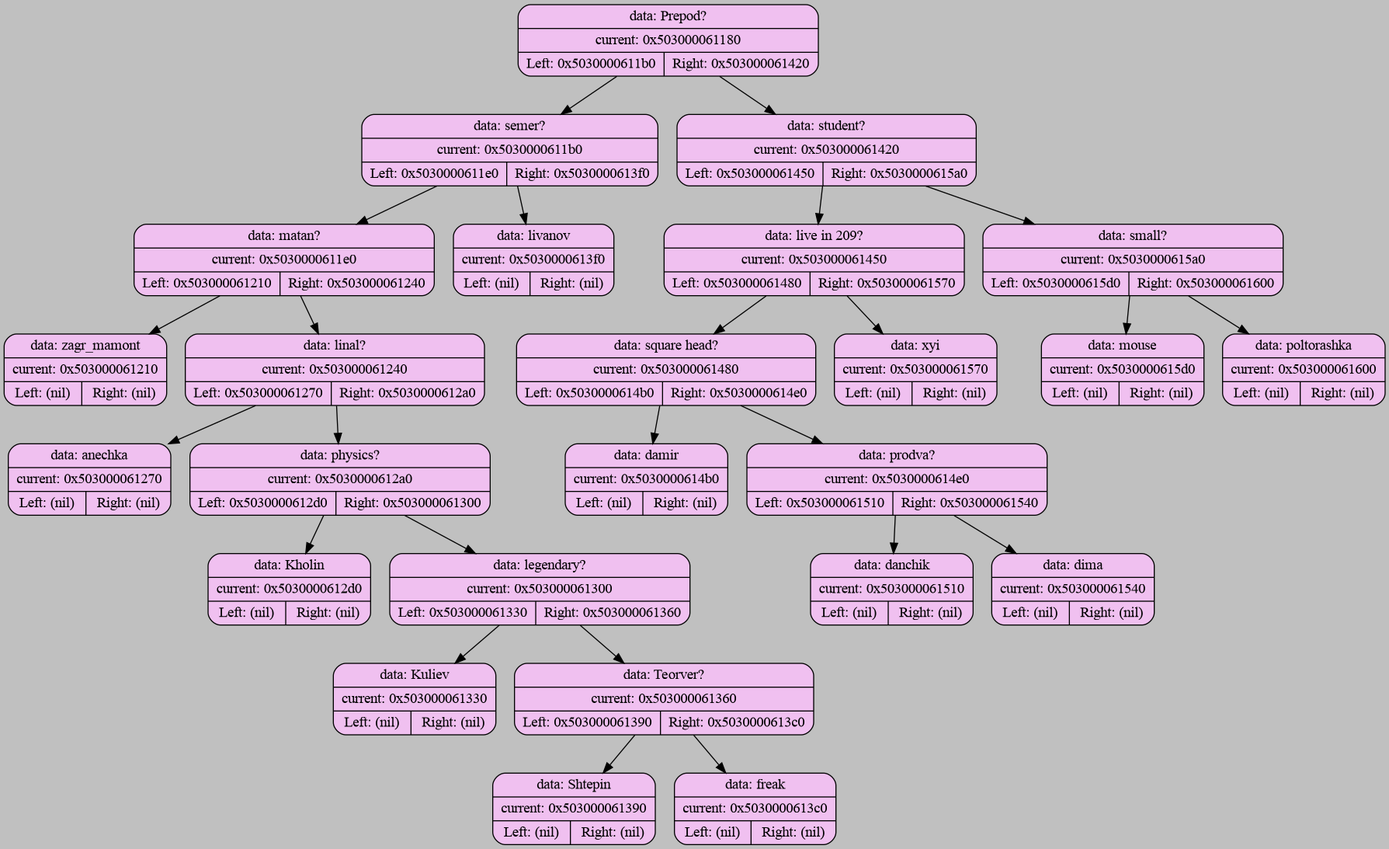
Above: graph_dump/graph_1.png in Atlaxsyys/akinator (Graphviz), before the change. Its source is kept beside it as graph_dump/graph_1.dot. The source it was exported from:
```dot
digraph BinaryTree {
    bgcolor="#C0C0C0";

    node [shape=record];
    "0x503000061180" [shape=Mrecord, style=filled; fillcolor="#F0C0F0"; label="{data: Prepod? | current: 0x503000061180 | { Left: 0x5030000611b0 | Right: 0x503000061420 } }"];
    "0x503000061180" -> "0x5030000611b0";
    "0x5030000611b0" [shape=Mrecord, style=filled; fillcolor="#F0C0F0"; label="{data: semer? | current: 0x5030000611b0 | { Left: 0x5030000611e0 | Right: 0x5030000613f0 } }"];
    "0x5030000611b0" -> "0x5030000611e0";
    "0x5030000611e0" [shape=Mrecord, style=filled; fillcolor="#F0C0F0"; label="{data: matan? | current: 0x5030000611e0 | { Left: 0x503000061210 | Right: 0x503000061240 } }"];
    "0x5030000611e0" -> "0x503000061210";
    "0x503000061210" [shape=Mrecord, style=filled; fillcolor="#F0C0F0"; label="{data: zagr_mamont | current: 0x503000061210 | { Left: (nil) | Right: (nil) } }"];
    "0x5030000611e0" -> "0x503000061240";
    "0x503000061240" [shape=Mrecord, style=filled; fillcolor="#F0C0F0"; label="{data: linal? | current: 0x503000061240 | { Left: 0x503000061270 | Right: 0x5030000612a0 } }"];
    "0x503000061240" -> "0x503000061270";
    "0x503000061270" [shape=Mrecord, style=filled; fillcolor="#F0C0F0"; label="{data: anechka | current: 0x503000061270 | { Left: (nil) | Right: (nil) } }"];
    "0x503000061240" -> "0x5030000612a0";
    "0x5030000612a0" [shape=Mrecord, style=filled; fillcolor="#F0C0F0"; label="{data: physics? | current: 0x5030000612a0 | { Left: 0x5030000612d0 | Right: 0x503000061300 } }"];
    "0x5030000612a0" -> "0x5030000612d0";
    "0x5030000612d0" [shape=Mrecord, style=filled; fillcolor="#F0C0F0"; label="{data: Kholin | current: 0x5030000612d0 | { Left: (nil) | Right: (nil) } }"];
    "0x5030000612a0" -> "0x503000061300";
    "0x503000061300" [shape=Mrecord, style=filled; fillcolor="#F0C0F0"; label="{data: legendary? | current: 0x503000061300 | { Left: 0x503000061330 | Right: 0x503000061360 } }"];
    "0x503000061300" -> "0x503000061330";
    "0x503000061330" [shape=Mrecord, style=filled; fillcolor="#F0C0F0"; label="{data: Kuliev | current: 0x503000061330 | { Left: (nil) | Right: (nil) } }"];
    "0x503000061300" -> "0x503000061360";
    "0x503000061360" [shape=Mrecord, style=filled; fillcolor="#F0C0F0"; label="{data: Teorver? | current: 0x503000061360 | { Left: 0x503000061390 | Right: 0x5030000613c0 } }"];
    "0x503000061360" -> "0x503000061390";
    "0x503000061390" [shape=Mrecord, style=filled; fillcolor="#F0C0F0"; label="{data: Shtepin | current: 0x503000061390 | { Left: (nil) | Right: (nil) } }"];
    "0x503000061360" -> "0x5030000613c0";
    "0x5030000613c0" [shape=Mrecord, style=filled; fillcolor="#F0C0F0"; label="{data: freak | current: 0x5030000613c0 | { Left: (nil) | Right: (nil) } }"];
    "0x5030000611b0" -> "0x5030000613f0";
    "0x5030000613f0" [shape=Mrecord, style=filled; fillcolor="#F0C0F0"; label="{data: livanov | current: 0x5030000613f0 | { Left: (nil) | Right: (nil) } }"];
    "0x503000061180" -> "0x503000061420";
    "0x503000061420" [shape=Mrecord, style=filled; fillcolor="#F0C0F0"; label="{data: student? | current: 0x503000061420 | { Left: 0x503000061450 | Right: 0x5030000615a0 } }"];
    "0x503000061420" -> "0x503000061450";
    "0x503000061450" [shape=Mrecord, style=filled; fillcolor="#F0C0F0"; label="{data: live in 209? | current: 0x503000061450 | { Left: 0x503000061480 | Right: 0x503000061570 } }"];
    "0x503000061450" -> "0x503000061480";
    "0x503000061480" [shape=Mrecord, style=filled; fillcolor="#F0C0F0"; label="{data: square head? | current: 0x503000061480 | { Left: 0x5030000614b0 | Right: 0x5030000614e0 } }"];
    "0x503000061480" -> "0x5030000614b0";
    "0x5030000614b0" [shape=Mrecord, style=filled; fillcolor="#F0C0F0"; label="{data: damir | current: 0x5030000614b0 | { Left: (nil) | Right: (nil) } }"];
    "0x503000061480" -> "0x5030000614e0";
    "0x5030000614e0" [shape=Mrecord, style=filled; fillcolor="#F0C0F0"; label="{data: prodva? | current: 0x5030000614e0 | { Left: 0x503000061510 | Right: 0x503000061540 } }"];
    "0x5030000614e0" -> "0x503000061510";
    "0x503000061510" [shape=Mrecord, style=filled; fillcolor="#F0C0F0"; label="{data: danchik | current: 0x503000061510 | { Left: (nil) | Right: (nil) } }"];
    "0x5030000614e0" -> "0x503000061540";
    "0x503000061540" [shape=Mrecord, style=filled; fillcolor="#F0C0F0"; label="{data: dima | current: 0x503000061540 | { Left: (nil) | Right: (nil) } }"];
    "0x503000061450" -> "0x503000061570";
    "0x503000061570" [shape=Mrecord, style=filled; fillcolor="#F0C0F0"; label="{data: xyi | current: 0x503000061570 | { Left: (nil) | Right: (nil) } }"];
    "0x503000061420" -> "0x5030000615a0";
    "0x5030000615a0" [shape=Mrecord, style=filled; fillcolor="#F0C0F0"; label="{data: small? | current: 0x5030000615a0 | { Left: 0x5030000615d0 | Right: 0x503000061600 } }"];
    "0x5030000615a0" -> "0x5030000615d0";
    "0x5030000615d0" [shape=Mrecord, style=filled; fillcolor="#F0C0F0"; label="{data: mouse | current: 0x5030000615d0 | { Left: (nil) | Right: (nil) } }"];
    "0x5030000615a0" -> "0x503000061600";
    "0x503000061600" [shape=Mrecord, style=filled; fillcolor="#F0C0F0"; label="{data: poltorashka | current: 0x503000061600 | { Left: (nil) | Right: (nil) } }"];
}
```
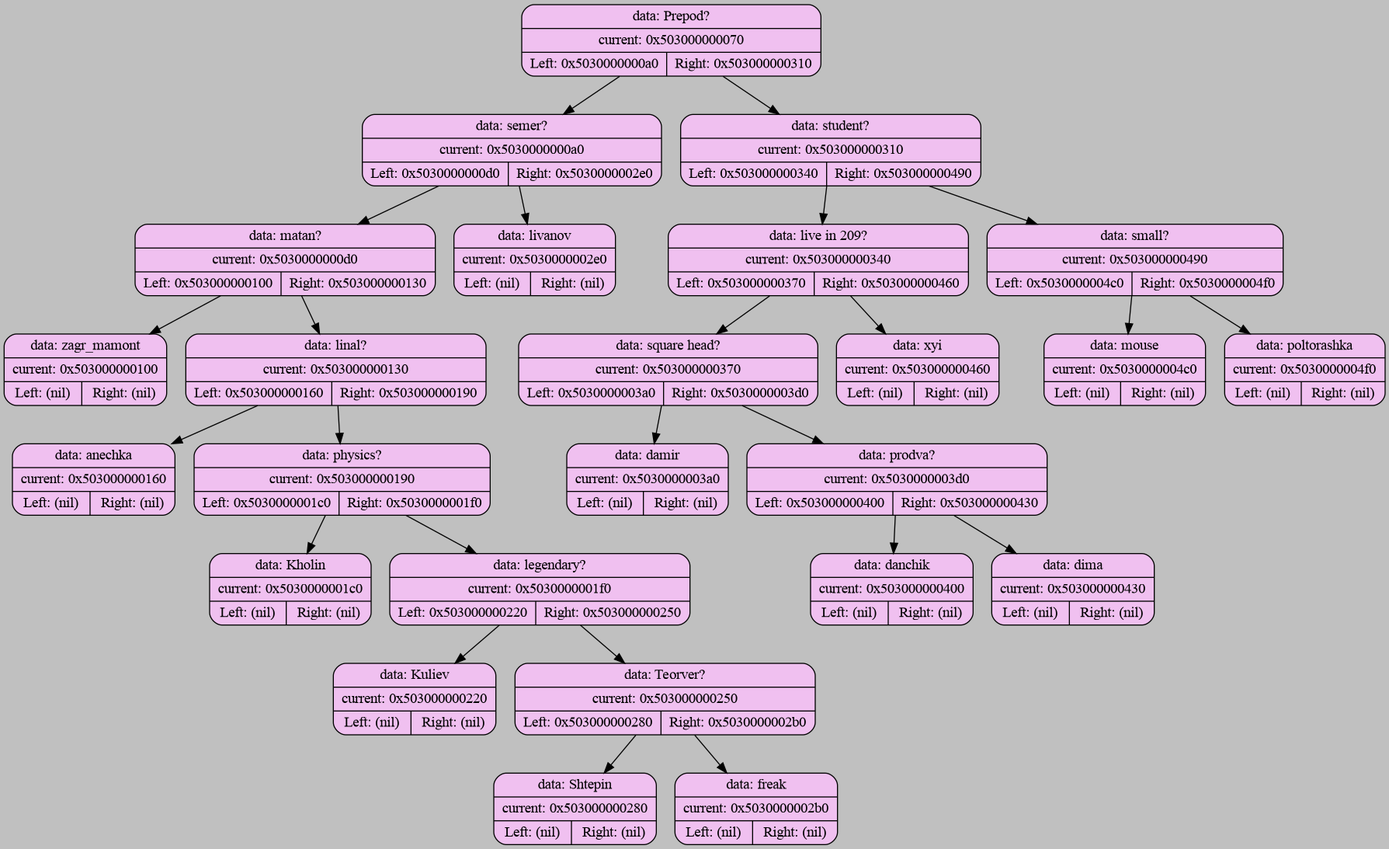
After the change.

The edit, as a diff of the source:
```diff
@@ -2,53 +2,53 @@
     bgcolor="#C0C0C0";
 
     node [shape=record];
-    "0x503000061180" [shape=Mrecord, style=filled; fillcolor="#F0C0F0"; label="{data: Prepod? | current: 0x503000061180 | { Left: 0x5030000611b0 | Right: 0x503000061420 } }"];
-    "0x503000061180" -> "0x5030000611b0";
-    "0x5030000611b0" [shape=Mrecord, style=filled; fillcolor="#F0C0F0"; label="{data: semer? | current: 0x5030000611b0 | { Left: 0x5030000611e0 | Right: 0x5030000613f0 } }"];
-    "0x5030000611b0" -> "0x5030000611e0";
-    "0x5030000611e0" [shape=Mrecord, style=filled; fillcolor="#F0C0F0"; label="{data: matan? | current: 0x5030000611e0 | { Left: 0x503000061210 | Right: 0x503000061240 } }"];
-    "0x5030000611e0" -> "0x503000061210";
-    "0x503000061210" [shape=Mrecord, style=filled; fillcolor="#F0C0F0"; label="{data: zagr_mamont | current: 0x503000061210 | { Left: (nil) | Right: (nil) } }"];
-    "0x5030000611e0" -> "0x503000061240";
-    "0x503000061240" [shape=Mrecord, style=filled; fillcolor="#F0C0F0"; label="{data: linal? | current: 0x503000061240 | { Left: 0x503000061270 | Right: 0x5030000612a0 } }"];
-    "0x503000061240" -> "0x503000061270";
-    "0x503000061270" [shape=Mrecord, style=filled; fillcolor="#F0C0F0"; label="{data: anechka | current: 0x503000061270 | { Left: (nil) | Right: (nil) } }"];
-    "0x503000061240" -> "0x5030000612a0";
-    "0x5030000612a0" [shape=Mrecord, style=filled; fillcolor="#F0C0F0"; label="{data: physics? | current: 0x5030000612a0 | { Left: 0x5030000612d0 | Right: 0x503000061300 } }"];
-    "0x5030000612a0" -> "0x5030000612d0";
-    "0x5030000612d0" [shape=Mrecord, style=filled; fillcolor="#F0C0F0"; label="{data: Kholin | current: 0x5030000612d0 | { Left: (nil) | Right: (nil) } }"];
-    "0x5030000612a0" -> "0x503000061300";
-    "0x503000061300" [shape=Mrecord, style=filled; fillcolor="#F0C0F0"; label="{data: legendary? | current: 0x503000061300 | { Left: 0x503000061330 | Right: 0x503000061360 } }"];
-    "0x503000061300" -> "0x503000061330";
-    "0x503000061330" [shape=Mrecord, style=filled; fillcolor="#F0C0F0"; label="{data: Kuliev | current: 0x503000061330 | { Left: (nil) | Right: (nil) } }"];
-    "0x503000061300" -> "0x503000061360";
-    "0x503000061360" [shape=Mrecord, style=filled; fillcolor="#F0C0F0"; label="{data: Teorver? | current: 0x503000061360 | { Left: 0x503000061390 | Right: 0x5030000613c0 } }"];
-    "0x503000061360" -> "0x503000061390";
-    "0x503000061390" [shape=Mrecord, style=filled; fillcolor="#F0C0F0"; label="{data: Shtepin | current: 0x503000061390 | { Left: (nil) | Right: (nil) } }"];
-    "0x503000061360" -> "0x5030000613c0";
-    "0x5030000613c0" [shape=Mrecord, style=filled; fillcolor="#F0C0F0"; label="{data: freak | current: 0x5030000613c0 | { Left: (nil) | Right: (nil) } }"];
-    "0x5030000611b0" -> "0x5030000613f0";
-    "0x5030000613f0" [shape=Mrecord, style=filled; fillcolor="#F0C0F0"; label="{data: livanov | current: 0x5030000613f0 | { Left: (nil) | Right: (nil) } }"];
-    "0x503000061180" -> "0x503000061420";
-    "0x503000061420" [shape=Mrecord, style=filled; fillcolor="#F0C0F0"; label="{data: student? | current: 0x503000061420 | { Left: 0x503000061450 | Right: 0x5030000615a0 } }"];
-    "0x503000061420" -> "0x503000061450";
-    "0x503000061450" [shape=Mrecord, style=filled; fillcolor="#F0C0F0"; label="{data: live in 209? | current: 0x503000061450 | { Left: 0x503000061480 | Right: 0x503000061570 } }"];
-    "0x503000061450" -> "0x503000061480";
-    "0x503000061480" [shape=Mrecord, style=filled; fillcolor="#F0C0F0"; label="{data: square head? | current: 0x503000061480 | { Left: 0x5030000614b0 | Right: 0x5030000614e0 } }"];
-    "0x503000061480" -> "0x5030000614b0";
-    "0x5030000614b0" [shape=Mrecord, style=filled; fillcolor="#F0C0F0"; label="{data: damir | current: 0x5030000614b0 | { Left: (nil) | Right: (nil) } }"];
-    "0x503000061480" -> "0x5030000614e0";
-    "0x5030000614e0" [shape=Mrecord, style=filled; fillcolor="#F0C0F0"; label="{data: prodva? | current: 0x5030000614e0 | { Left: 0x503000061510 | Right: 0x503000061540 } }"];
-    "0x5030000614e0" -> "0x503000061510";
-    "0x503000061510" [shape=Mrecord, style=filled; fillcolor="#F0C0F0"; label="{data: danchik | current: 0x503000061510 | { Left: (nil) | Right: (nil) } }"];
-    "0x5030000614e0" -> "0x503000061540";
-    "0x503000061540" [shape=Mrecord, style=filled; fillcolor="#F0C0F0"; label="{data: dima | current: 0x503000061540 | { Left: (nil) | Right: (nil) } }"];
-    "0x503000061450" -> "0x503000061570";
-    "0x503000061570" [shape=Mrecord, style=filled; fillcolor="#F0C0F0"; label="{data: xyi | current: 0x503000061570 | { Left: (nil) | Right: (nil) } }"];
-    "0x503000061420" -> "0x5030000615a0";
-    "0x5030000615a0" [shape=Mrecord, style=filled; fillcolor="#F0C0F0"; label="{data: small? | current: 0x5030000615a0 | { Left: 0x5030000615d0 | Right: 0x503000061600 } }"];
-    "0x5030000615a0" -> "0x5030000615d0";
-    "0x5030000615d0" [shape=Mrecord, style=filled; fillcolor="#F0C0F0"; label="{data: mouse | current: 0x5030000615d0 | { Left: (nil) | Right: (nil) } }"];
-    "0x5030000615a0" -> "0x503000061600";
-    "0x503000061600" [shape=Mrecord, style=filled; fillcolor="#F0C0F0"; label="{data: poltorashka | current: 0x503000061600 | { Left: (nil) | Right: (nil) } }"];
+    "0x503000000070" [shape=Mrecord, style=filled; fillcolor="#F0C0F0"; label="{data: Prepod? | current: 0x503000000070 | { Left: 0x5030000000a0 | Right: 0x503000000310 } }"];
+    "0x503000000070" -> "0x5030000000a0";
+    "0x5030000000a0" [shape=Mrecord, style=filled; fillcolor="#F0C0F0"; label="{data: semer? | current: 0x5030000000a0 | { Left: 0x5030000000d0 | Right: 0x5030000002e0 } }"];
+    "0x5030000000a0" -> "0x5030000000d0";
+    "0x5030000000d0" [shape=Mrecord, style=filled; fillcolor="#F0C0F0"; label="{data: matan? | current: 0x5030000000d0 | { Left: 0x503000000100 | Right: 0x503000000130 } }"];
+    "0x5030000000d0" -> "0x503000000100";
+    "0x503000000100" [shape=Mrecord, style=filled; fillcolor="#F0C0F0"; label="{data: zagr_mamont | current: 0x503000000100 | { Left: (nil) | Right: (nil) } }"];
+    "0x5030000000d0" -> "0x503000000130";
+    "0x503000000130" [shape=Mrecord, style=filled; fillcolor="#F0C0F0"; label="{data: linal? | current: 0x503000000130 | { Left: 0x503000000160 | Right: 0x503000000190 } }"];
+    "0x503000000130" -> "0x503000000160";
+    "0x503000000160" [shape=Mrecord, style=filled; fillcolor="#F0C0F0"; label="{data: anechka | current: 0x503000000160 | { Left: (nil) | Right: (nil) } }"];
+    "0x503000000130" -> "0x503000000190";
+    "0x503000000190" [shape=Mrecord, style=filled; fillcolor="#F0C0F0"; label="{data: physics? | current: 0x503000000190 | { Left: 0x5030000001c0 | Right: 0x5030000001f0 } }"];
+    "0x503000000190" -> "0x5030000001c0";
+    "0x5030000001c0" [shape=Mrecord, style=filled; fillcolor="#F0C0F0"; label="{data: Kholin | current: 0x5030000001c0 | { Left: (nil) | Right: (nil) } }"];
+    "0x503000000190" -> "0x5030000001f0";
+    "0x5030000001f0" [shape=Mrecord, style=filled; fillcolor="#F0C0F0"; label="{data: legendary? | current: 0x5030000001f0 | { Left: 0x503000000220 | Right: 0x503000000250 } }"];
+    "0x5030000001f0" -> "0x503000000220";
+    "0x503000000220" [shape=Mrecord, style=filled; fillcolor="#F0C0F0"; label="{data: Kuliev | current: 0x503000000220 | { Left: (nil) | Right: (nil) } }"];
+    "0x5030000001f0" -> "0x503000000250";
+    "0x503000000250" [shape=Mrecord, style=filled; fillcolor="#F0C0F0"; label="{data: Teorver? | current: 0x503000000250 | { Left: 0x503000000280 | Right: 0x5030000002b0 } }"];
+    "0x503000000250" -> "0x503000000280";
+    "0x503000000280" [shape=Mrecord, style=filled; fillcolor="#F0C0F0"; label="{data: Shtepin | current: 0x503000000280 | { Left: (nil) | Right: (nil) } }"];
+    "0x503000000250" -> "0x5030000002b0";
+    "0x5030000002b0" [shape=Mrecord, style=filled; fillcolor="#F0C0F0"; label="{data: freak | current: 0x5030000002b0 | { Left: (nil) | Right: (nil) } }"];
+    "0x5030000000a0" -> "0x5030000002e0";
+    "0x5030000002e0" [shape=Mrecord, style=filled; fillcolor="#F0C0F0"; label="{data: livanov | current: 0x5030000002e0 | { Left: (nil) | Right: (nil) } }"];
+    "0x503000000070" -> "0x503000000310";
+    "0x503000000310" [shape=Mrecord, style=filled; fillcolor="#F0C0F0"; label="{data: student? | current: 0x503000000310 | { Left: 0x503000000340 | Right: 0x503000000490 } }"];
+    "0x503000000310" -> "0x503000000340";
+    "0x503000000340" [shape=Mrecord, style=filled; fillcolor="#F0C0F0"; label="{data: live in 209? | current: 0x503000000340 | { Left: 0x503000000370 | Right: 0x503000000460 } }"];
+    "0x503000000340" -> "0x503000000370";
+    "0x503000000370" [shape=Mrecord, style=filled; fillcolor="#F0C0F0"; label="{data: square head? | current: 0x503000000370 | { Left: 0x5030000003a0 | Right: 0x5030000003d0 } }"];
+    "0x503000000370" -> "0x5030000003a0";
+    "0x5030000003a0" [shape=Mrecord, style=filled; fillcolor="#F0C0F0"; label="{data: damir | current: 0x5030000003a0 | { Left: (nil) | Right: (nil) } }"];
+    "0x503000000370" -> "0x5030000003d0";
+    "0x5030000003d0" [shape=Mrecord, style=filled; fillcolor="#F0C0F0"; label="{data: prodva? | current: 0x5030000003d0 | { Left: 0x503000000400 | Right: 0x503000000430 } }"];
+    "0x5030000003d0" -> "0x503000000400";
+    "0x503000000400" [shape=Mrecord, style=filled; fillcolor="#F0C0F0"; label="{data: danchik | current: 0x503000000400 | { Left: (nil) | Right: (nil) } }"];
+    "0x5030000003d0" -> "0x503000000430";
+    "0x503000000430" [shape=Mrecord, style=filled; fillcolor="#F0C0F0"; label="{data: dima | current: 0x503000000430 | { Left: (nil) | Right: (nil) } }"];
+    "0x503000000340" -> "0x503000000460";
+    "0x503000000460" [shape=Mrecord, style=filled; fillcolor="#F0C0F0"; label="{data: xyi | current: 0x503000000460 | { Left: (nil) | Right: (nil) } }"];
+    "0x503000000310" -> "0x503000000490";
+    "0x503000000490" [shape=Mrecord, style=filled; fillcolor="#F0C0F0"; label="{data: small? | current: 0x503000000490 | { Left: 0x5030000004c0 | Right: 0x5030000004f0 } }"];
+    "0x503000000490" -> "0x5030000004c0";
+    "0x5030000004c0" [shape=Mrecord, style=filled; fillcolor="#F0C0F0"; label="{data: mouse | current: 0x5030000004c0 | { Left: (nil) | Right: (nil) } }"];
+    "0x503000000490" -> "0x5030000004f0";
+    "0x5030000004f0" [shape=Mrecord, style=filled; fillcolor="#F0C0F0"; label="{data: poltorashka | current: 0x5030000004f0 | { Left: (nil) | Right: (nil) } }"];
 }
```
